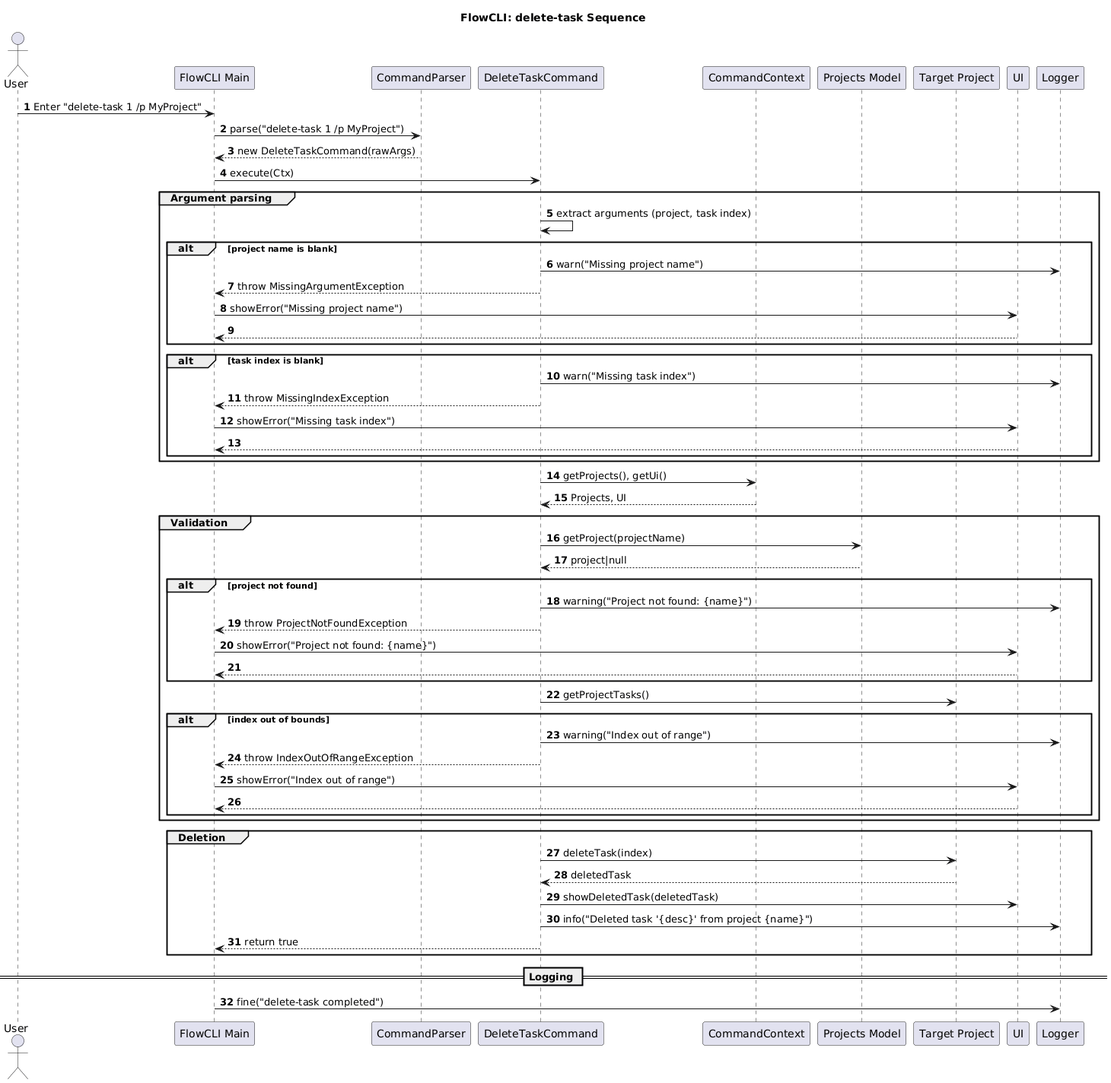
This is docs/plantUML/task-management/del-task-seq-diag.png from sean6369/tp, a PlantUML export, as it was before one commit. Its diagram source:
```plantuml
@startuml
title FlowCLI: delete-task Sequence
autonumber

actor User
participant "FlowCLI Main" as CLI
participant "CommandParser" as Parser
participant "DeleteTaskCommand" as DeleteCmd
participant "CommandContext" as Ctx
participant "Projects Model" as Projects
participant "Target Project" as Project
participant "UI" as UI
participant "Logger" as Log

User -> CLI: Enter "delete-task 1 /p MyProject"
CLI -> Parser: parse("delete-task 1 /p MyProject")
Parser --> CLI: new DeleteTaskCommand(rawArgs)

CLI -> DeleteCmd: execute(Ctx)

group Argument parsing
  DeleteCmd -> DeleteCmd: extract arguments (project, task index)
  alt project name is blank
    DeleteCmd -> Log: warn("Missing project name")
    DeleteCmd --> CLI: throw MissingArgumentException
    CLI -> UI: showError("Missing project name")
    return
  end
  alt task index is blank
    DeleteCmd -> Log: warn("Missing task index")
    DeleteCmd --> CLI: throw MissingIndexException
    CLI -> UI: showError("Missing task index")
    return
  end
end

DeleteCmd -> Ctx: getProjects(), getUi()
Ctx --> DeleteCmd: Projects, UI

group Validation
  DeleteCmd -> Projects: getProject(projectName)
  Projects --> DeleteCmd: project|null
  alt project not found
    DeleteCmd -> Log: warning("Project not found: {name}")
    DeleteCmd --> CLI: throw ProjectNotFoundException
    CLI -> UI: showError("Project not found: {name}")
    return
  end
  DeleteCmd -> Project: getProjectTasks()
  alt index out of bounds
    DeleteCmd -> Log: warning("Index out of range")
    DeleteCmd --> CLI: throw IndexOutOfRangeException
    CLI -> UI: showError("Index out of range")
    return
  end
end

group Deletion
  DeleteCmd -> Project: deleteTask(index)
  Project --> DeleteCmd: deletedTask
  DeleteCmd -> UI: showDeletedTask(deletedTask)
  DeleteCmd -> Log: info("Deleted task '{desc}' from project {name}")
  DeleteCmd --> CLI: return true
end

== Logging ==
CLI -> Log: fine("delete-task completed")
@enduml
```
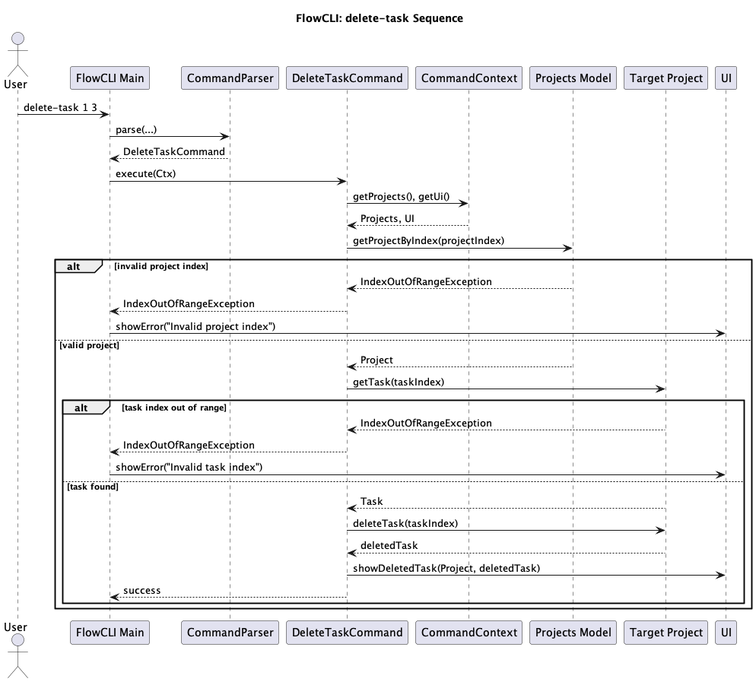
The same diagram one commit later.

Commit message:
update task mgmt plantUML diagrams

The edit, as a diff of the source:
```diff
@@ -1,6 +1,5 @@
-@startuml
+@startuml DeleteTaskSequenceDiagram
 title FlowCLI: delete-task Sequence
-autonumber
 
 actor User
 participant "FlowCLI Main" as CLI
@@ -10,59 +9,37 @@
 participant "Projects Model" as Projects
 participant "Target Project" as Project
 participant "UI" as UI
-participant "Logger" as Log
 
-User -> CLI: Enter "delete-task 1 /p MyProject"
-CLI -> Parser: parse("delete-task 1 /p MyProject")
-Parser --> CLI: new DeleteTaskCommand(rawArgs)
+User -> CLI: delete-task 1 3
+CLI -> Parser: parse(...)
+Parser --> CLI: DeleteTaskCommand
 
 CLI -> DeleteCmd: execute(Ctx)
-
-group Argument parsing
-  DeleteCmd -> DeleteCmd: extract arguments (project, task index)
-  alt project name is blank
-    DeleteCmd -> Log: warn("Missing project name")
-    DeleteCmd --> CLI: throw MissingArgumentException
-    CLI -> UI: showError("Missing project name")
-    return
-  end
-  alt task index is blank
-    DeleteCmd -> Log: warn("Missing task index")
-    DeleteCmd --> CLI: throw MissingIndexException
-    CLI -> UI: showError("Missing task index")
-    return
-  end
-end
 
 DeleteCmd -> Ctx: getProjects(), getUi()
 Ctx --> DeleteCmd: Projects, UI
 
-group Validation
-  DeleteCmd -> Projects: getProject(projectName)
-  Projects --> DeleteCmd: project|null
-  alt project not found
-    DeleteCmd -> Log: warning("Project not found: {name}")
-    DeleteCmd --> CLI: throw ProjectNotFoundException
-    CLI -> UI: showError("Project not found: {name}")
-    return
-  end
-  DeleteCmd -> Project: getProjectTasks()
-  alt index out of bounds
-    DeleteCmd -> Log: warning("Index out of range")
-    DeleteCmd --> CLI: throw IndexOutOfRangeException
-    CLI -> UI: showError("Index out of range")
-    return
-  end
+DeleteCmd -> Projects: getProjectByIndex(projectIndex)
+
+alt invalid project index
+    Projects --> DeleteCmd: IndexOutOfRangeException
+    DeleteCmd --> CLI: IndexOutOfRangeException
+    CLI -> UI: showError("Invalid project index")
+else valid project
+    Projects --> DeleteCmd: Project
+    DeleteCmd -> Project: getTask(taskIndex)
+
+    alt task index out of range
+        Project --> DeleteCmd: IndexOutOfRangeException
+        DeleteCmd --> CLI: IndexOutOfRangeException
+        CLI -> UI: showError("Invalid task index")
+    else task found
+        Project --> DeleteCmd: Task
+        DeleteCmd -> Project: deleteTask(taskIndex)
+        Project --> DeleteCmd: deletedTask
+        DeleteCmd -> UI: showDeletedTask(Project, deletedTask)
+        DeleteCmd --> CLI: success
+    end
 end
 
-group Deletion
-  DeleteCmd -> Project: deleteTask(index)
-  Project --> DeleteCmd: deletedTask
-  DeleteCmd -> UI: showDeletedTask(deletedTask)
-  DeleteCmd -> Log: info("Deleted task '{desc}' from project {name}")
-  DeleteCmd --> CLI: return true
-end
-
-== Logging ==
-CLI -> Log: fine("delete-task completed")
 @enduml
```
